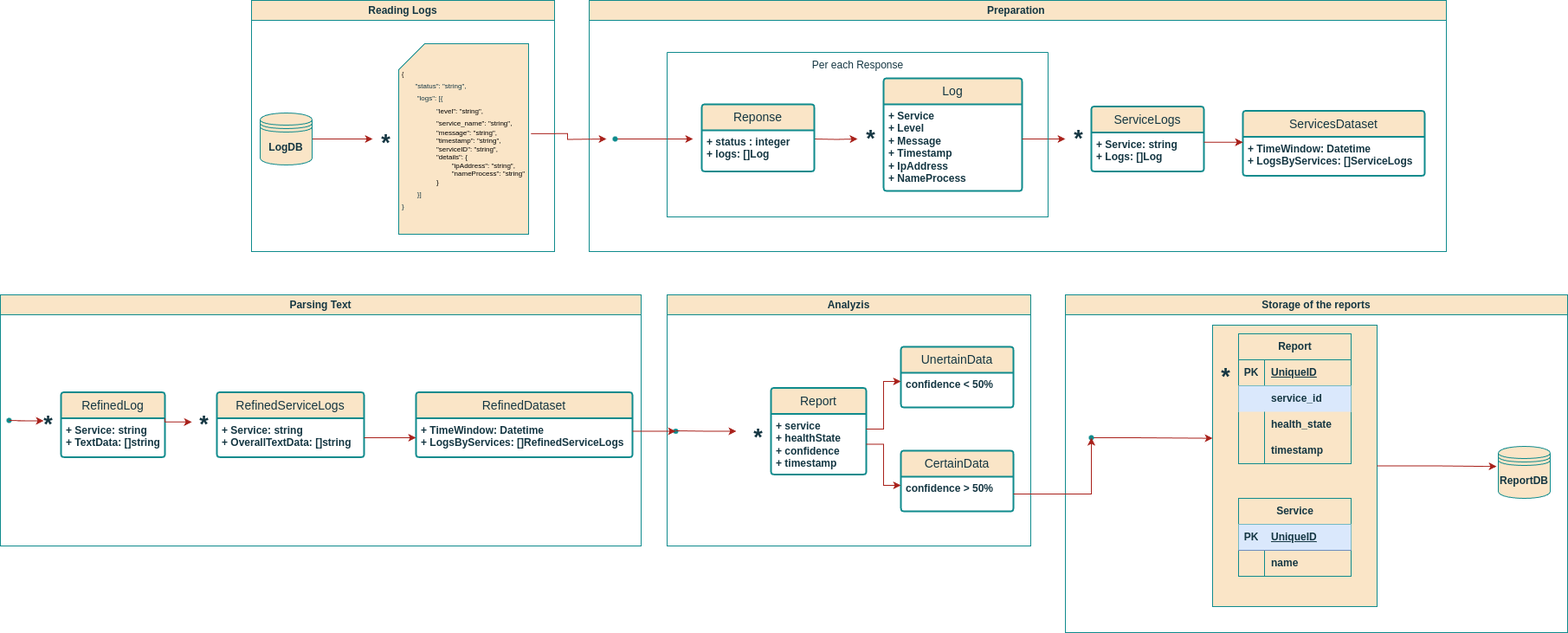
Above: services/logging_agent/arch_diagrams/logical_view.png in John321Blacksmith/knowledge_base (draw.io), before the change. Source tidied: cells renumbered, new cells last; positions are measured from the earlier drawing's top-left corner, leaving out a move shared by most shapes.
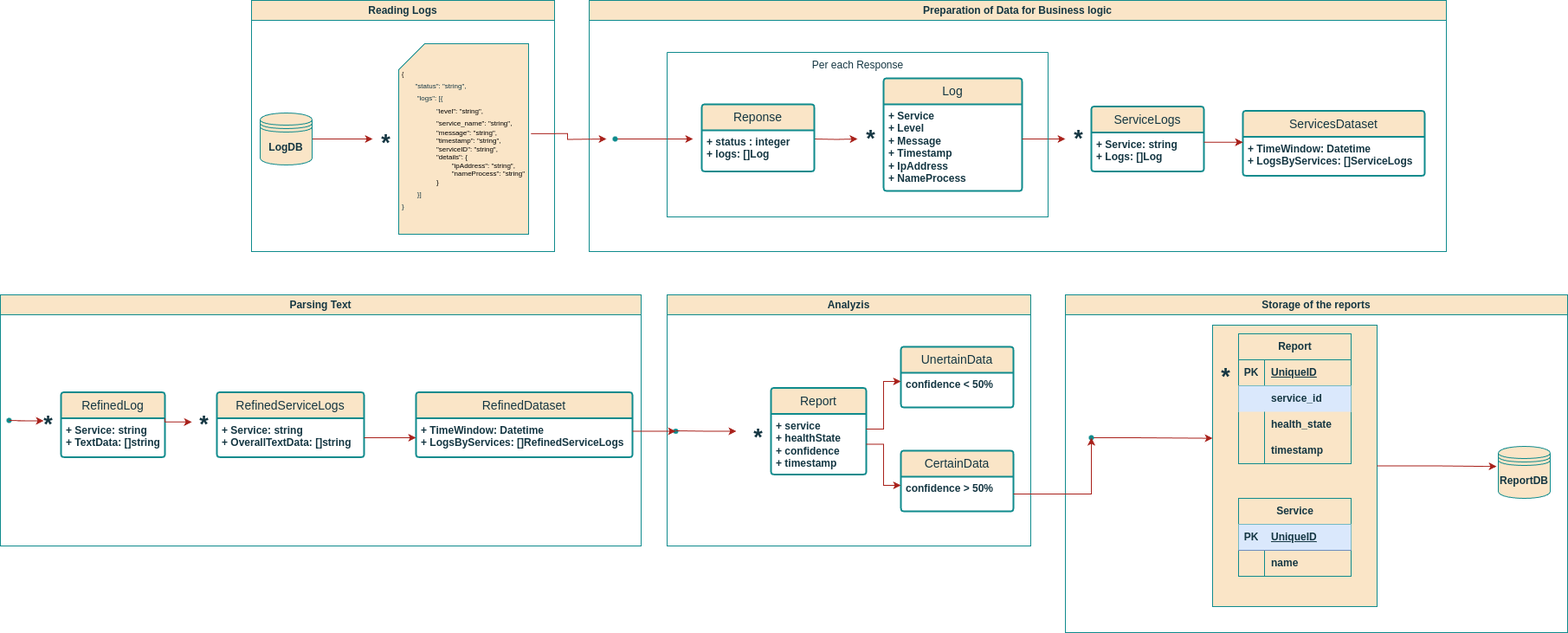
The same file after the commit.

Commit message:
feat: logs aggregation by the service

Change to the diagram source:
```diff
@@ -24,7 +24,7 @@
     <mxCell id="7" value="&lt;div style=&quot;text-align: left;&quot;&gt;&lt;span style=&quot;font-size: 7px; background-color: transparent; color: light-dark(rgb(0, 0, 0), rgb(255, 255, 255));&quot;&gt;{&lt;/span&gt;&lt;/div&gt;&lt;div style=&quot;text-align: left;&quot;&gt;&lt;font style=&quot;&quot;&gt;&lt;span style=&quot;font-size: 7px; white-space: pre;&quot;&gt;&#9;&lt;/span&gt;&lt;font style=&quot;font-size: 8px;&quot;&gt;&quot;status&quot;: &quot;string&quot;,&lt;br&gt;&lt;/font&gt;&lt;/font&gt;&lt;/div&gt;&lt;div style=&quot;text-align: left;&quot;&gt;&lt;font style=&quot;font-size: 8px;&quot;&gt;&lt;span style=&quot;white-space: pre;&quot;&gt;&#9;&lt;/span&gt;&quot;logs&quot;: [{&lt;/font&gt;&lt;/div&gt;&lt;blockquote style=&quot;margin: 0 0 0 40px; border: none; padding: 0px;&quot;&gt;&lt;div&gt;&lt;div style=&quot;text-align: left;&quot;&gt;&lt;font style=&quot;font-size: 8px;&quot;&gt;&lt;font style=&quot;&quot;&gt;&quot;&lt;/font&gt;&lt;span style=&quot;background-color: transparent; color: light-dark(rgb(0, 0, 0), rgb(255, 255, 255));&quot;&gt;level&quot;: &quot;string&quot;,&lt;/span&gt;&lt;/font&gt;&lt;/div&gt;&lt;div style=&quot;text-align: left;&quot;&gt;&lt;span style=&quot;background-color: transparent; color: light-dark(rgb(0, 0, 0), rgb(255, 255, 255));&quot;&gt;&lt;font style=&quot;font-size: 8px;&quot;&gt;&quot;service_name&quot;: &quot;string&quot;,&lt;/font&gt;&lt;/span&gt;&lt;/div&gt;&lt;/div&gt;&lt;div&gt;&lt;font style=&quot;font-size: 8px;&quot;&gt;&lt;div style=&quot;text-align: left;&quot;&gt;&lt;span style=&quot;background-color: transparent; color: light-dark(rgb(0, 0, 0), rgb(255, 255, 255));&quot;&gt;&quot;message&quot;: &quot;string&quot;,&lt;/span&gt;&lt;/div&gt;&lt;/font&gt;&lt;/div&gt;&lt;div&gt;&lt;font style=&quot;font-size: 8px;&quot;&gt;&lt;span style=&quot;background-color: transparent;&quot;&gt;&lt;div style=&quot;text-align: left;&quot;&gt;&lt;span style=&quot;background-color: transparent; color: light-dark(rgb(0, 0, 0), rgb(255, 255, 255));&quot;&gt;&quot;timestamp&quot;:&amp;nbsp;&lt;/span&gt;&lt;span style=&quot;background-color: transparent; color: light-dark(rgb(0, 0, 0), rgb(255, 255, 255));&quot;&gt;&quot;string&quot;&lt;/span&gt;&lt;span style=&quot;background-color: transparent; color: light-dark(rgb(0, 0, 0), rgb(255, 255, 255));&quot;&gt;,&lt;/span&gt;&lt;/div&gt;&lt;/span&gt;&lt;/font&gt;&lt;/div&gt;&lt;div&gt;&lt;font style=&quot;font-size: 8px;&quot;&gt;&lt;span style=&quot;background-color: transparent;&quot;&gt;&lt;div style=&quot;text-align: left;&quot;&gt;&lt;span style=&quot;background-color: transparent; color: light-dark(rgb(0, 0, 0), rgb(255, 255, 255));&quot;&gt;&quot;serviceID&quot;:&amp;nbsp;&lt;/span&gt;&lt;span style=&quot;background-color: transparent; color: light-dark(rgb(0, 0, 0), rgb(255, 255, 255));&quot;&gt;&quot;string&quot;&lt;/span&gt;&lt;span style=&quot;background-color: transparent; color: light-dark(rgb(0, 0, 0), rgb(255, 255, 255));&quot;&gt;,&lt;/span&gt;&lt;/div&gt;&lt;/span&gt;&lt;/font&gt;&lt;/div&gt;&lt;div&gt;&lt;font style=&quot;font-size: 8px;&quot;&gt;&lt;span style=&quot;background-color: transparent;&quot;&gt;&lt;div style=&quot;text-align: left;&quot;&gt;&lt;span style=&quot;background-color: transparent; color: light-dark(rgb(0, 0, 0), rgb(255, 255, 255));&quot;&gt;&quot;details&quot;: {&lt;/span&gt;&lt;/div&gt;&lt;div style=&quot;text-align: left;&quot;&gt;&lt;span style=&quot;background-color: transparent; color: light-dark(rgb(0, 0, 0), rgb(255, 255, 255));&quot;&gt;&lt;span style=&quot;white-space: pre;&quot;&gt;&#9;&lt;/span&gt;&quot;ipAddress&quot;: &quot;string&quot;,&lt;br&gt;&lt;/span&gt;&lt;/div&gt;&lt;div style=&quot;text-align: left;&quot;&gt;&lt;span style=&quot;background-color: transparent; color: light-dark(rgb(0, 0, 0), rgb(255, 255, 255));&quot;&gt;&lt;span style=&quot;white-space: pre;&quot;&gt;&#9;&lt;/span&gt;&quot;nameProcess&quot;: &quot;string&quot;&lt;br&gt;&lt;/span&gt;&lt;/div&gt;&lt;div style=&quot;text-align: left;&quot;&gt;&lt;span style=&quot;background-color: transparent; color: light-dark(rgb(0, 0, 0), rgb(255, 255, 255));&quot;&gt;}&lt;/span&gt;&lt;/div&gt;&lt;/span&gt;&lt;/font&gt;&lt;/div&gt;&lt;/blockquote&gt;&lt;div style=&quot;text-align: left;&quot;&gt;&lt;font style=&quot;font-size: 8px;&quot;&gt;&lt;span style=&quot;white-space: pre;&quot;&gt;&#9;&lt;/span&gt;}]&lt;/font&gt;&lt;/div&gt;&lt;div style=&quot;text-align: left;&quot;&gt;&lt;font style=&quot;font-size: 8px;&quot;&gt;}&lt;/font&gt;&lt;/div&gt;" style="shape=card;whiteSpace=wrap;html=1;fillColor=#FAE5C7;strokeColor=#0F8B8D;labelBackgroundColor=none;fontColor=#143642;" parent="2" vertex="1">
       <mxGeometry x="170" y="50" width="150" height="220" as="geometry" />
     </mxCell>
-    <mxCell id="8" value="Preparation&amp;nbsp;" style="swimlane;whiteSpace=wrap;html=1;labelBackgroundColor=none;fillColor=#FAE5C7;strokeColor=#0F8B8D;fontColor=#143642;" parent="1" vertex="1">
+    <mxCell id="8" value="Preparation of Data for Business logic" style="swimlane;whiteSpace=wrap;html=1;labelBackgroundColor=none;fillColor=#FAE5C7;strokeColor=#0F8B8D;fontColor=#143642;" parent="1" vertex="1">
       <mxGeometry x="680" width="990" height="290" as="geometry" />
     </mxCell>
     <mxCell id="9" value="&lt;font style=&quot;font-size: 27px;&quot;&gt;*&lt;/font&gt;" style="text;html=1;align=center;verticalAlign=middle;points=[];strokeColor=none;fillColor=none;fontFamily=Helvetica;fontSize=12;fontColor=#143642;fontStyle=1;labelBackgroundColor=none;" parent="8" vertex="1">
```
